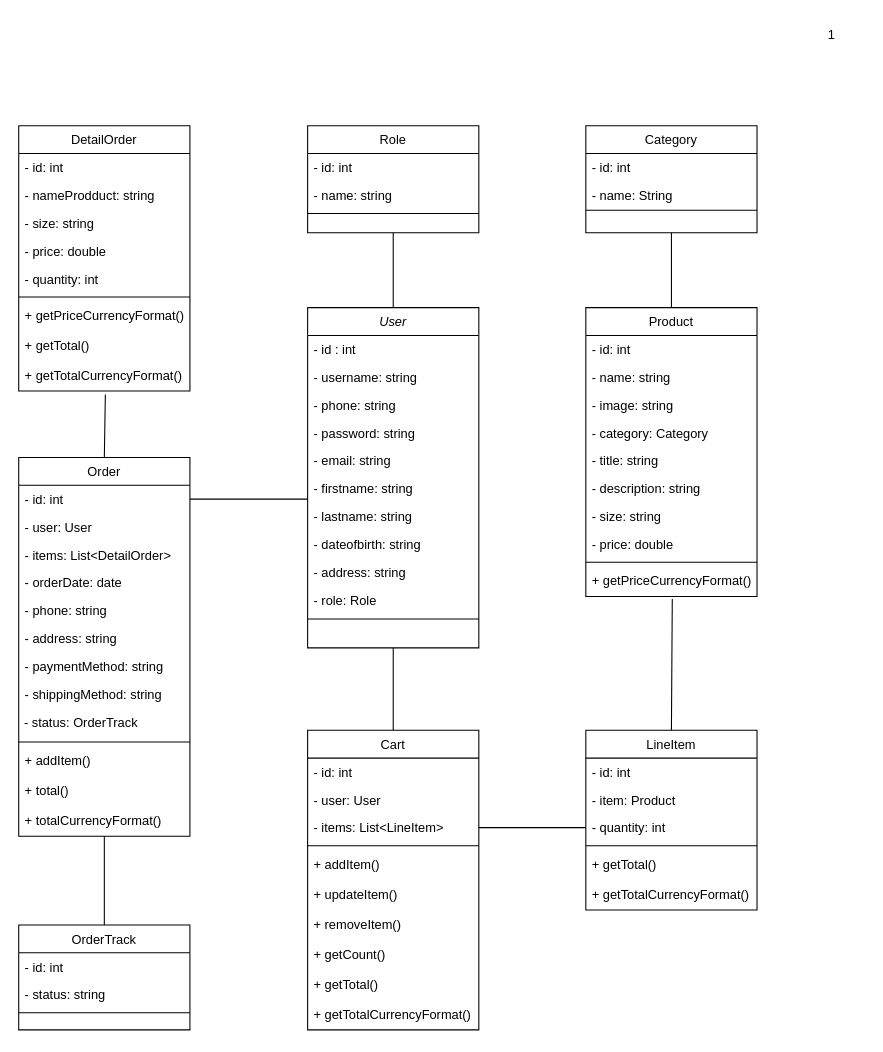
Earlier version of the draw.io diagram WEB.drawio (Bisoo12300/web_project_ERD). Source tidied: cells renumbered, new cells numbered last; positions are measured from the earlier drawing's top-left corner, leaving out a move shared by most shapes. Both pictures are drawn from the tidied source at 107%, with x=0, y=0 at pixel (18, 18).
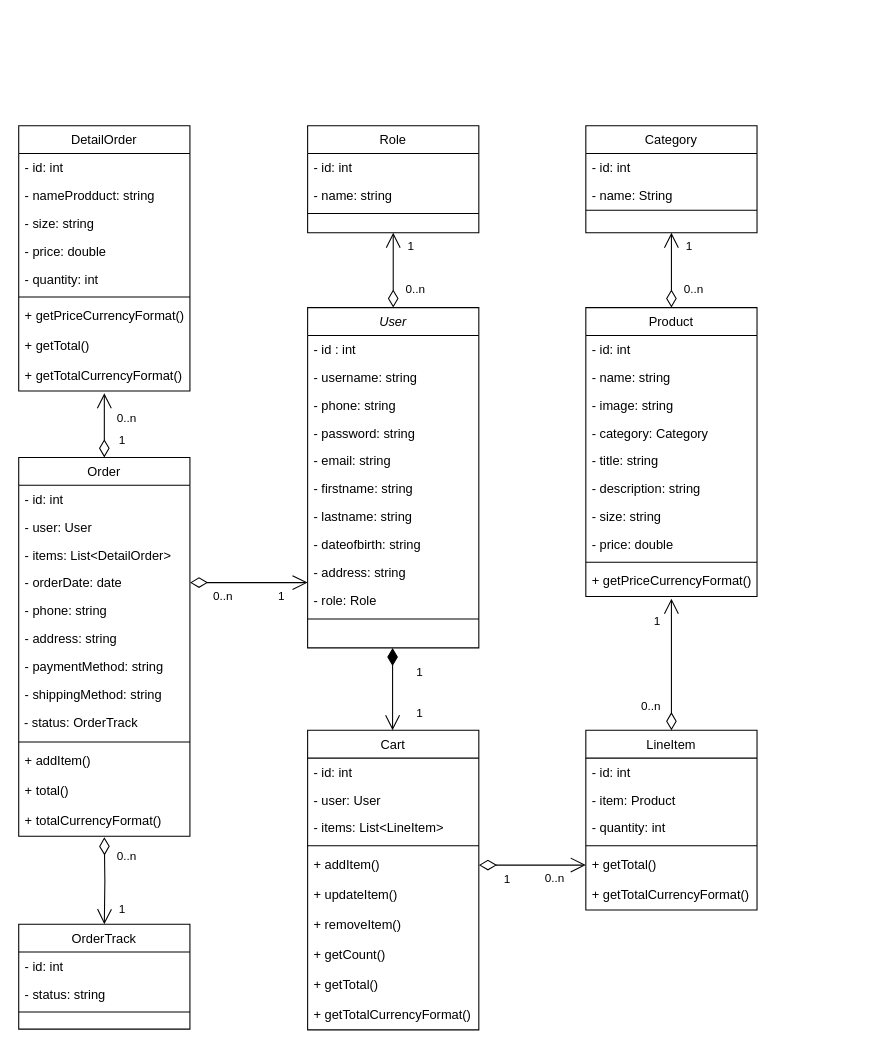
Above is the later version.

Commit message:
Cập nhật WEB.drawio

The change refers to these unchanged cells:
```xml
<mxCell id="2" value="User" style="swimlane;fontStyle=2;align=center;verticalAlign=top;horizontal=1;startSize=26;rounded=0;shadow=0;strokeWidth=1;" parent="1" vertex="1">
  <mxGeometry x="270" y="270" width="160" height="318" as="geometry" />
</mxCell>
<mxCell id="14" value="Role" style="swimlane;fontStyle=0;align=center;verticalAlign=top;horizontal=1;startSize=26;rounded=0;shadow=0;strokeWidth=1;" parent="1" vertex="1">
  <mxGeometry x="270" y="100" width="160" height="100" as="geometry" />
</mxCell>
<mxCell id="19" value="Cart" style="swimlane;fontStyle=0;align=center;verticalAlign=top;horizontal=1;startSize=26;rounded=0;shadow=0;strokeWidth=1;" parent="1" vertex="1">
  <mxGeometry x="270" y="665" width="160" height="280" as="geometry" />
</mxCell>
<mxCell id="22" value="- items: List&lt;LineItem&gt;" style="text;align=left;verticalAlign=top;spacingLeft=4;spacingRight=4;overflow=hidden;points=[[0,0.5],[1,0.5]];portConstraint=eastwest;" parent="19" vertex="1">
  <mxGeometry y="78" width="160" height="26" as="geometry" />
</mxCell>
<mxCell id="24" value="+ addItem()" style="text;align=left;verticalAlign=top;spacingLeft=4;spacingRight=4;overflow=hidden;points=[[0,0.5],[1,0.5]];portConstraint=eastwest;rounded=0;shadow=0;html=0;" parent="19" vertex="1">
  <mxGeometry y="112" width="160" height="28" as="geometry" />
</mxCell>
<mxCell id="30" value="LineItem" style="swimlane;fontStyle=0;align=center;verticalAlign=top;horizontal=1;startSize=26;rounded=0;shadow=0;strokeWidth=1;" parent="1" vertex="1">
  <mxGeometry x="530" y="665" width="160" height="168" as="geometry" />
</mxCell>
<mxCell id="33" value="- quantity: int" style="text;align=left;verticalAlign=top;spacingLeft=4;spacingRight=4;overflow=hidden;points=[[0,0.5],[1,0.5]];portConstraint=eastwest;" parent="30" vertex="1">
  <mxGeometry y="78" width="160" height="26" as="geometry" />
</mxCell>
<mxCell id="35" value="+ getTotal()" style="text;align=left;verticalAlign=top;spacingLeft=4;spacingRight=4;overflow=hidden;points=[[0,0.5],[1,0.5]];portConstraint=eastwest;rounded=0;shadow=0;html=0;" parent="30" vertex="1">
  <mxGeometry y="112" width="160" height="28" as="geometry" />
</mxCell>
<mxCell id="37" value="Product" style="swimlane;fontStyle=0;align=center;verticalAlign=top;horizontal=1;startSize=26;rounded=0;shadow=0;strokeWidth=1;" parent="1" vertex="1">
  <mxGeometry x="530" y="270" width="160" height="270" as="geometry" />
</mxCell>
<mxCell id="47" value="+ getPriceCurrencyFormat()" style="text;align=left;verticalAlign=top;spacingLeft=4;spacingRight=4;overflow=hidden;points=[[0,0.5],[1,0.5]];portConstraint=eastwest;rounded=0;shadow=0;html=0;" parent="37" vertex="1">
  <mxGeometry y="242" width="160" height="28" as="geometry" />
</mxCell>
<mxCell id="48" value="Category" style="swimlane;fontStyle=0;align=center;verticalAlign=top;horizontal=1;startSize=26;rounded=0;shadow=0;strokeWidth=1;" parent="1" vertex="1">
  <mxGeometry x="530" y="100" width="160" height="100" as="geometry" />
</mxCell>
<mxCell id="52" value="Order" style="swimlane;fontStyle=0;align=center;verticalAlign=top;horizontal=1;startSize=26;rounded=0;shadow=0;strokeWidth=1;" parent="1" vertex="1">
  <mxGeometry y="410" width="160" height="354" as="geometry" />
</mxCell>
<mxCell id="53" value="- id: int" style="text;align=left;verticalAlign=top;spacingLeft=4;spacingRight=4;overflow=hidden;points=[[0,0.5],[1,0.5]];portConstraint=eastwest;" parent="52" vertex="1">
  <mxGeometry y="26" width="160" height="26" as="geometry" />
</mxCell>
<mxCell id="56" value="- orderDate: date" style="text;align=left;verticalAlign=top;spacingLeft=4;spacingRight=4;overflow=hidden;points=[[0,0.5],[1,0.5]];portConstraint=eastwest;rounded=0;shadow=0;html=0;" parent="52" vertex="1">
  <mxGeometry y="104" width="160" height="26" as="geometry" />
</mxCell>
<mxCell id="65" value="+ totalCurrencyFormat()" style="text;align=left;verticalAlign=top;spacingLeft=4;spacingRight=4;overflow=hidden;points=[[0,0.5],[1,0.5]];portConstraint=eastwest;rounded=0;shadow=0;html=0;" parent="52" vertex="1">
  <mxGeometry y="326" width="160" height="28" as="geometry" />
</mxCell>
<mxCell id="79" value="+ getTotalCurrencyFormat()" style="text;align=left;verticalAlign=top;spacingLeft=4;spacingRight=4;overflow=hidden;points=[[0,0.5],[1,0.5]];portConstraint=eastwest;rounded=0;shadow=0;html=0;" parent="70" vertex="1">
  <mxGeometry y="220" width="160" height="28" as="geometry" />
</mxCell>
```

What changed in the source:
```diff
@@
-    <mxCell id="18" value="1" style="text;html=1;strokeColor=none;fillColor=none;align=center;verticalAlign=middle;whiteSpace=wrap;rounded=0;" parent="1" vertex="1">
-      <mxGeometry x="730" width="60" height="30" as="geometry" />
-    </mxCell>
@@
     <mxCell id="66" value="OrderTrack" style="swimlane;fontStyle=0;align=center;verticalAlign=top;horizontal=1;startSize=26;rounded=0;shadow=0;strokeWidth=1;" parent="1" vertex="1">
-      <mxGeometry y="847" width="160" height="98" as="geometry" />
+      <mxGeometry y="846.3" width="160" height="98" as="geometry" />
     </mxCell>
@@
-    <mxCell id="80" style="endArrow=none;html=1;rounded=0;entryX=0.5;entryY=1;entryDx=0;entryDy=0;exitX=0.5;exitY=0;exitDx=0;exitDy=0;" parent="1" edge="1" source="2" target="14">
-      <mxGeometry relative="1" as="geometry" />
+    <mxCell id="80" style="endArrow=open;html=1;endSize=12;startArrow=diamondThin;startSize=14;startFill=0;edgeStyle=orthogonalEdgeStyle;rounded=0;entryX=0.5;entryY=1;entryDx=0;entryDy=0;exitX=0.5;exitY=0;exitDx=0;exitDy=0;" parent="1" edge="1" source="2" target="14">
+      <mxGeometry x="-0.38" y="10" relative="1" as="geometry" />
     </mxCell>
+    <mxCell id="88" value="0..n" style="edgeLabel;html=1;align=left;verticalAlign=top;" parent="80" vertex="1">
+      <mxGeometry x="-1" relative="1" as="geometry">
+        <mxPoint x="10" y="-30" as="offset" />
+      </mxGeometry>
+    </mxCell>
+    <mxCell id="89" value="1" style="edgeLabel;html=1;align=right;verticalAlign=top;" parent="80" vertex="1">
+      <mxGeometry x="1" relative="1" as="geometry">
+        <mxPoint x="20" as="offset" />
+      </mxGeometry>
+    </mxCell>
-    <mxCell id="81" style="endArrow=none;html=1;rounded=0;entryX=0.5;entryY=1;entryDx=0;entryDy=0;exitX=0.5;exitY=0;exitDx=0;exitDy=0;" parent="1" edge="1" source="37" target="48">
+    <mxCell id="81" style="endArrow=open;html=1;endSize=12;startArrow=diamondThin;startSize=14;startFill=0;edgeStyle=orthogonalEdgeStyle;rounded=0;exitX=0.5;exitY=0;exitDx=0;exitDy=0;entryX=0.5;entryY=1;entryDx=0;entryDy=0;" parent="1" edge="1" source="37" target="48">
       <mxGeometry relative="1" as="geometry" />
     </mxCell>
-    <mxCell id="82" style="endArrow=none;html=1;rounded=0;entryX=0.505;entryY=1.079;entryDx=0;entryDy=0;entryPerimeter=0;exitX=0.5;exitY=0;exitDx=0;exitDy=0;" parent="1" edge="1" source="30" target="47">
-      <mxGeometry relative="1" as="geometry" />
-    </mxCell>
-    <mxCell id="83" style="endArrow=none;html=1;rounded=0;entryX=0.5;entryY=1;entryDx=0;entryDy=0;exitX=0.5;exitY=0;exitDx=0;exitDy=0;" parent="1" edge="1" source="19" target="2">
-      <mxGeometry relative="1" as="geometry" />
-    </mxCell>
-    <mxCell id="84" style="endArrow=none;html=1;rounded=0;exitX=0.5;exitY=0;exitDx=0;exitDy=0;entryX=0.506;entryY=1.111;entryDx=0;entryDy=0;entryPerimeter=0;" parent="1" edge="1" source="52" target="79">
-      <mxGeometry relative="1" as="geometry" />
-    </mxCell>
-    <mxCell id="85" style="endArrow=none;html=1;rounded=0;exitX=0.5;exitY=0;exitDx=0;exitDy=0;" parent="1" edge="1" source="66" target="65">
-      <mxGeometry relative="1" as="geometry" />
-    </mxCell>
-    <mxCell id="86" style="endArrow=none;html=1;rounded=0;exitX=1;exitY=0.5;exitDx=0;exitDy=0;" parent="1" edge="1" source="53">
-      <mxGeometry relative="1" as="geometry">
-        <mxPoint x="270" y="449" as="targetPoint" />
-      </mxGeometry>
-    </mxCell>
-    <mxCell id="87" style="endArrow=none;html=1;rounded=0;exitX=1;exitY=0.5;exitDx=0;exitDy=0;entryX=0;entryY=0.5;entryDx=0;entryDy=0;" parent="1" edge="1" source="22" target="33">
-      <mxGeometry relative="1" as="geometry" />
-    </mxCell>
+    <mxCell id="90" value="0..n" style="edgeLabel;html=1;align=left;verticalAlign=top;" parent="81" vertex="1">
+      <mxGeometry x="-1" relative="1" as="geometry">
+        <mxPoint x="10" y="-30" as="offset" />
+      </mxGeometry>
+    </mxCell>
+    <mxCell id="91" value="1" style="edgeLabel;html=1;align=right;verticalAlign=top;" parent="81" vertex="1">
+      <mxGeometry x="1" relative="1" as="geometry">
+        <mxPoint x="20" as="offset" />
+      </mxGeometry>
+    </mxCell>
+    <mxCell id="92" value="1" style="endArrow=open;html=1;endSize=12;startArrow=diamondThin;startSize=14;startFill=1;edgeStyle=orthogonalEdgeStyle;align=left;verticalAlign=bottom;rounded=0;exitX=0.5;exitY=1;exitDx=0;exitDy=0;entryX=0.5;entryY=0;entryDx=0;entryDy=0;" parent="1" edge="1">
+      <mxGeometry x="-0.17" y="21" relative="1" as="geometry">
+        <mxPoint x="349.4" y="588" as="sourcePoint" />
+        <mxPoint x="349.4" y="665" as="targetPoint" />
+      </mxGeometry>
+    </mxCell>
+    <mxCell id="93" value="&lt;span style=&quot;color: rgb(0, 0, 0); font-family: Helvetica; font-size: 11px; font-style: normal; font-variant-ligatures: normal; font-variant-caps: normal; font-weight: 400; letter-spacing: normal; orphans: 2; text-align: center; text-indent: 0px; text-transform: none; widows: 2; word-spacing: 0px; -webkit-text-stroke-width: 0px; background-color: rgb(255, 255, 255); text-decoration-thickness: initial; text-decoration-style: initial; text-decoration-color: initial; float: none; display: inline !important;&quot;&gt;1&lt;/span&gt;" style="text;whiteSpace=wrap;html=1;" parent="1" vertex="1">
+      <mxGeometry x="370" y="635" width="26" height="30" as="geometry" />
+    </mxCell>
+    <mxCell id="94" style="endArrow=open;html=1;endSize=12;startArrow=diamondThin;startSize=14;startFill=0;edgeStyle=orthogonalEdgeStyle;rounded=0;entryX=0.5;entryY=0;entryDx=0;entryDy=0;" parent="1" edge="1" target="66">
+      <mxGeometry x="0.38" y="60" relative="1" as="geometry">
+        <mxPoint x="80" y="765" as="sourcePoint" />
+      </mxGeometry>
+    </mxCell>
+    <mxCell id="95" value="0..n" style="edgeLabel;html=1;align=left;verticalAlign=top;" parent="94" vertex="1">
+      <mxGeometry x="-1" relative="1" as="geometry">
+        <mxPoint x="10" y="5" as="offset" />
+      </mxGeometry>
+    </mxCell>
+    <mxCell id="96" value="1" style="edgeLabel;html=1;align=right;verticalAlign=top;" parent="94" vertex="1">
+      <mxGeometry x="1" relative="1" as="geometry">
+        <mxPoint x="20" y="-27" as="offset" />
+      </mxGeometry>
+    </mxCell>
+    <mxCell id="97" style="endArrow=open;html=1;endSize=12;startArrow=diamondThin;startSize=14;startFill=0;edgeStyle=orthogonalEdgeStyle;rounded=0;exitX=1;exitY=0.5;exitDx=0;exitDy=0;entryX=0;entryY=0.5;entryDx=0;entryDy=0;" parent="1" edge="1" source="24" target="35">
+      <mxGeometry y="-75" relative="1" as="geometry" />
+    </mxCell>
+    <mxCell id="98" value="0..n" style="edgeLabel;html=1;align=left;verticalAlign=top;" parent="97" vertex="1">
+      <mxGeometry x="-1" relative="1" as="geometry">
+        <mxPoint x="60" y="-1" as="offset" />
+      </mxGeometry>
+    </mxCell>
+    <mxCell id="99" value="1" style="edgeLabel;html=1;align=right;verticalAlign=top;" parent="97" vertex="1">
+      <mxGeometry x="1" relative="1" as="geometry">
+        <mxPoint x="-70" as="offset" />
+      </mxGeometry>
+    </mxCell>
+    <mxCell id="100" style="endArrow=open;html=1;endSize=12;startArrow=diamondThin;startSize=14;startFill=0;edgeStyle=orthogonalEdgeStyle;rounded=0;exitX=0.5;exitY=0;exitDx=0;exitDy=0;" parent="1" edge="1" source="30">
+      <mxGeometry x="0.12" y="68" relative="1" as="geometry">
+        <mxPoint x="610" y="542" as="targetPoint" />
+      </mxGeometry>
+    </mxCell>
+    <mxCell id="101" value="0..n" style="edgeLabel;html=1;align=left;verticalAlign=top;" parent="100" vertex="1">
+      <mxGeometry x="-1" relative="1" as="geometry">
+        <mxPoint x="-30" y="-35" as="offset" />
+      </mxGeometry>
+    </mxCell>
+    <mxCell id="102" value="1" style="edgeLabel;html=1;align=right;verticalAlign=top;" parent="100" vertex="1">
+      <mxGeometry x="1" relative="1" as="geometry">
+        <mxPoint x="-10" y="8" as="offset" />
+      </mxGeometry>
+    </mxCell>
+    <mxCell id="103" style="endArrow=open;html=1;endSize=12;startArrow=diamondThin;startSize=14;startFill=0;edgeStyle=orthogonalEdgeStyle;rounded=0;exitX=1;exitY=0.5;exitDx=0;exitDy=0;" parent="1" edge="1" source="56">
+      <mxGeometry x="-0.25" y="90" relative="1" as="geometry">
+        <mxPoint x="270" y="527" as="targetPoint" />
+      </mxGeometry>
+    </mxCell>
+    <mxCell id="104" value="0..n" style="edgeLabel;html=1;align=left;verticalAlign=top;" parent="103" vertex="1">
+      <mxGeometry x="-1" relative="1" as="geometry">
+        <mxPoint x="20" as="offset" />
+      </mxGeometry>
+    </mxCell>
+    <mxCell id="105" value="1" style="edgeLabel;html=1;align=right;verticalAlign=top;" parent="103" vertex="1">
+      <mxGeometry x="1" relative="1" as="geometry">
+        <mxPoint x="-21" as="offset" />
+      </mxGeometry>
+    </mxCell>
+    <mxCell id="106" style="endArrow=open;html=1;endSize=12;startArrow=diamondThin;startSize=14;startFill=0;edgeStyle=orthogonalEdgeStyle;rounded=0;exitX=0.5;exitY=0;exitDx=0;exitDy=0;" parent="1" edge="1" source="52">
+      <mxGeometry x="0.6" y="-80" relative="1" as="geometry">
+        <mxPoint x="80" y="350" as="targetPoint" />
+        <mxPoint x="1" as="offset" />
+      </mxGeometry>
+    </mxCell>
+    <mxCell id="107" value="0..n" style="edgeLabel;html=1;align=left;verticalAlign=top;" parent="106" vertex="1">
+      <mxGeometry x="-1" relative="1" as="geometry">
+        <mxPoint x="10" y="-50" as="offset" />
+      </mxGeometry>
+    </mxCell>
+    <mxCell id="108" value="1" style="edgeLabel;html=1;align=right;verticalAlign=top;rotation=0;" parent="106" vertex="1">
+      <mxGeometry x="1" relative="1" as="geometry">
+        <mxPoint x="20" y="31" as="offset" />
+      </mxGeometry>
+    </mxCell>
```
